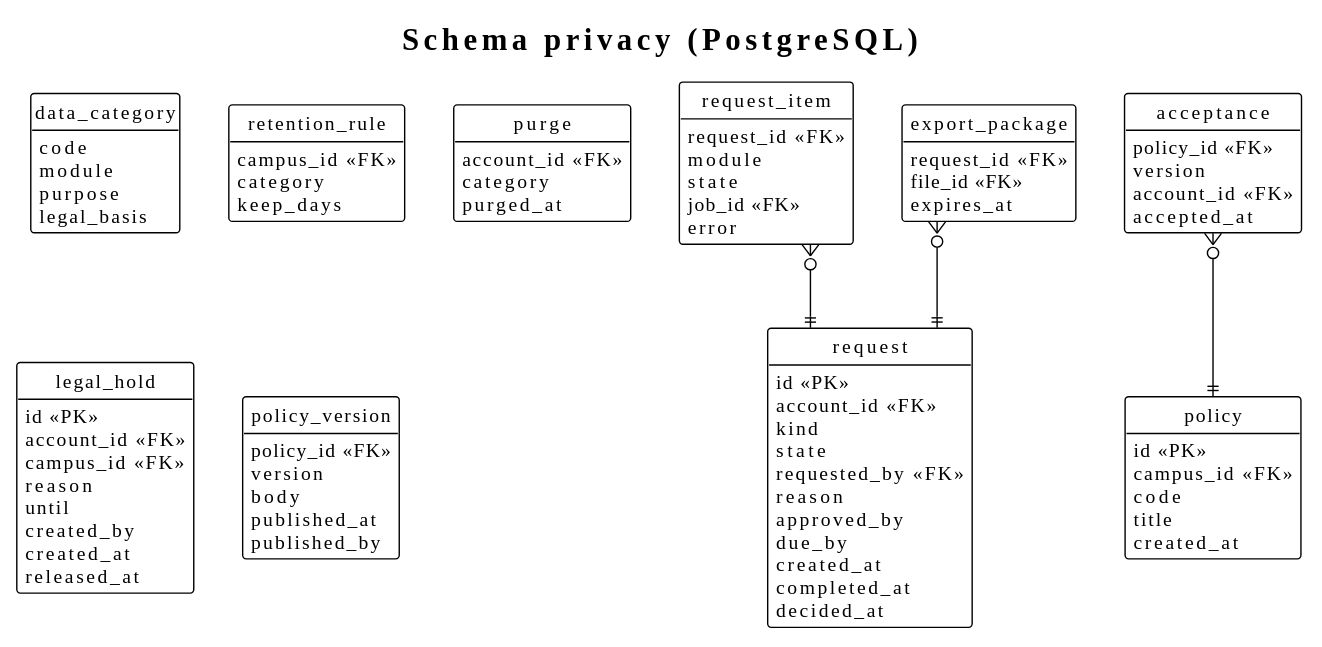
Before: docs/03-design/data-model/privacy.svg, a diagram exported from PlantUML (didactika/kampus).
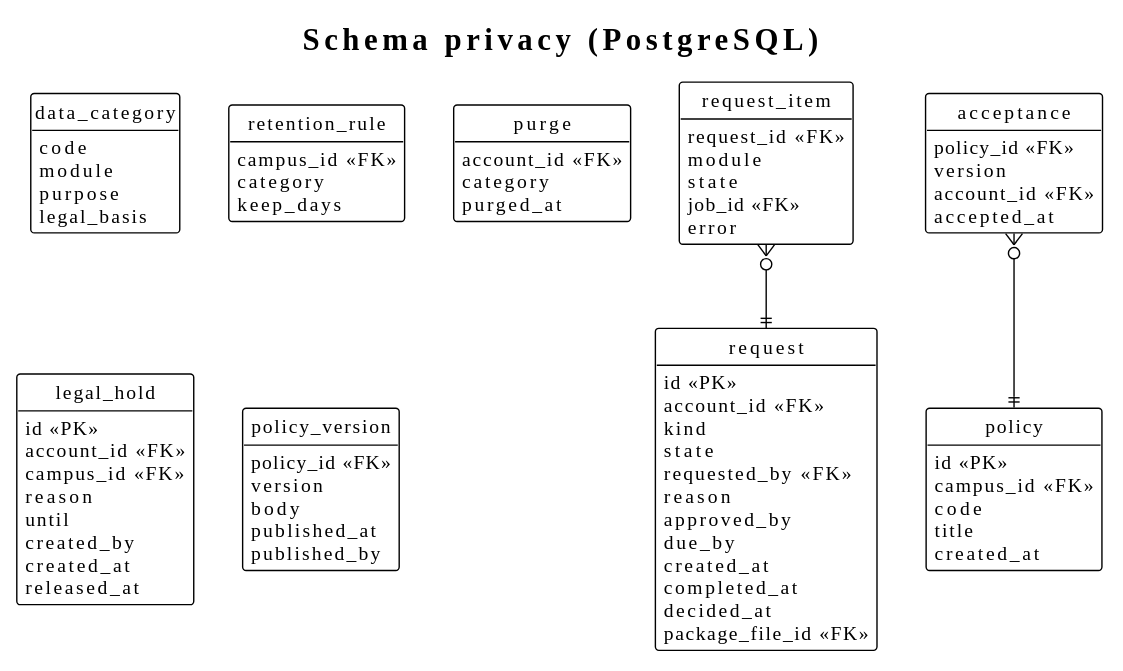
Later version of the same file.

What changed in the source:
```diff
@@ -23,6 +23,7 @@
   created_at
   completed_at
   decided_at
+  package_file_id <<FK>>
 }
 entity request_item {
   request_id <<FK>>
@@ -71,13 +72,7 @@
   account_id <<FK>>
   accepted_at
 }
-entity export_package {
-  request_id <<FK>>
-  file_id <<FK>>
-  expires_at
-}
 
 request_item }o--|| request
 acceptance }o--|| policy
-export_package }o--|| request
 @enduml
```
